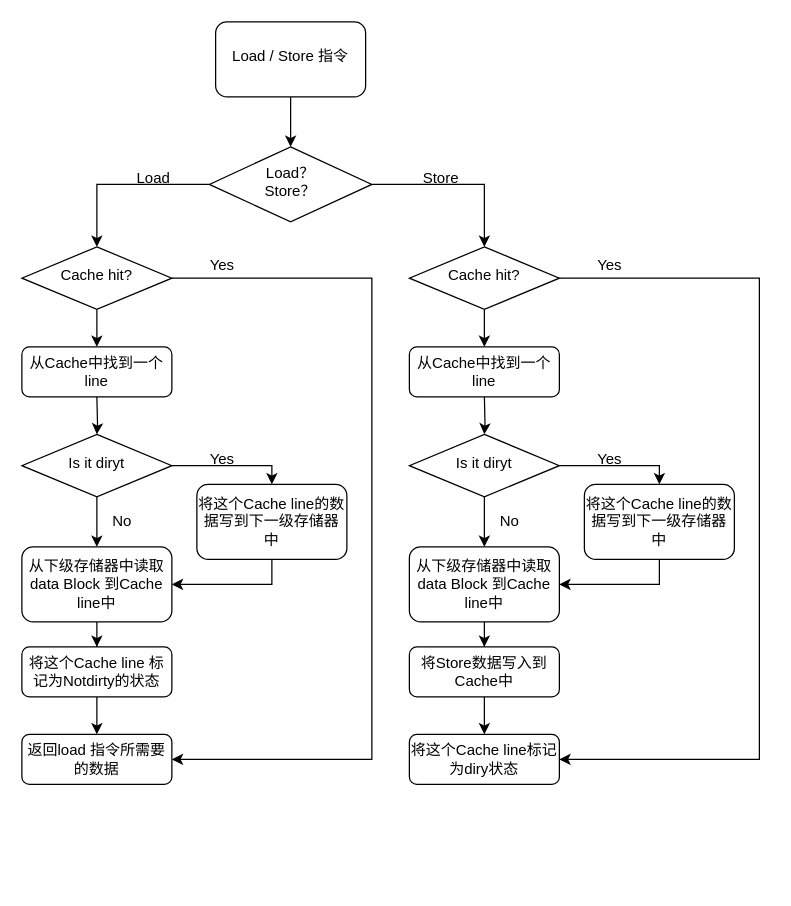
This is cpu/写回.drawio from luqiang-guo/note, a draw.io file, before an edit. Source tidied: cells renumbered, new cells numbered last; positions are measured from the earlier drawing's top-left corner, leaving out a move shared by most shapes. Both pictures are drawn from the tidied source at 125%, with x=0, y=0 at pixel (21, 21).
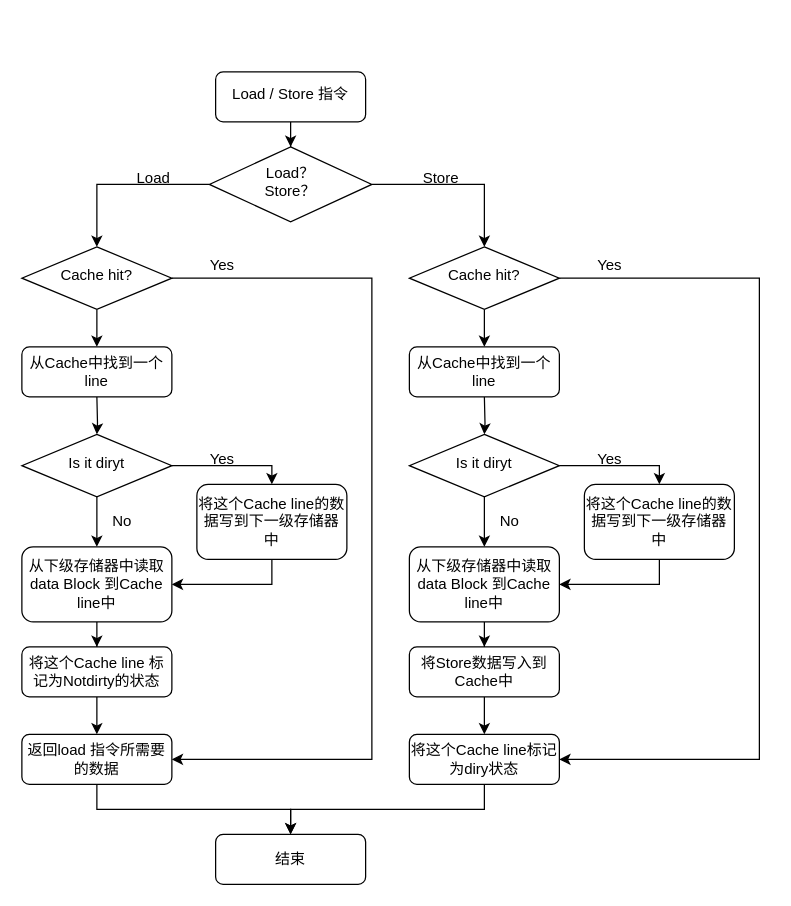
After the change.

The change refers to these unchanged cells:
```xml
<mxCell id="16" value="返回load 指令所需要的数据" style="rounded=1;whiteSpace=wrap;html=1;fontSize=12;glass=0;strokeWidth=1;shadow=0;" parent="1" vertex="1">
  <mxGeometry y="570" width="120" height="40" as="geometry" />
</mxCell>
<mxCell id="34" value="将这个Cache line标记为diry状态" style="rounded=1;whiteSpace=wrap;html=1;fontSize=12;glass=0;strokeWidth=1;shadow=0;" parent="1" vertex="1">
  <mxGeometry x="310" y="570" width="120" height="40" as="geometry" />
</mxCell>
```

The edit, as a diff of the source:
```diff
@@
+    <mxCell id="45" style="edgeStyle=orthogonalEdgeStyle;rounded=0;jettySize=auto;html=1;entryX=0.5;entryY=0;entryDx=0;entryDy=0;" parent="1" edge="1" source="16" target="47">
+      <mxGeometry relative="1" as="geometry">
+        <Array as="points">
+          <mxPoint x="60" y="630" />
+          <mxPoint x="215" y="630" />
+        </Array>
+      </mxGeometry>
+    </mxCell>
@@
+    <mxCell id="46" style="edgeStyle=orthogonalEdgeStyle;rounded=0;jettySize=auto;html=1;entryX=0.5;entryY=0;entryDx=0;entryDy=0;" parent="1" edge="1" source="34" target="47">
+      <mxGeometry relative="1" as="geometry">
+        <Array as="points">
+          <mxPoint x="370" y="630" />
+          <mxPoint x="215" y="630" />
+        </Array>
+      </mxGeometry>
+    </mxCell>
@@
     <mxCell id="44" value="Load / Store 指令" style="rounded=1;whiteSpace=wrap;html=1;shadow=0;strokeWidth=1;spacing=6;spacingTop=-4;" parent="1" vertex="1">
-      <mxGeometry x="155" width="120" height="60" as="geometry" />
+      <mxGeometry x="155" y="40" width="120" height="40" as="geometry" />
     </mxCell>
+    <mxCell id="47" value="结束" style="rounded=1;whiteSpace=wrap;html=1;fontSize=12;glass=0;strokeWidth=1;shadow=0;" parent="1" vertex="1">
+      <mxGeometry x="155" y="650" width="120" height="40" as="geometry" />
+    </mxCell>
```
